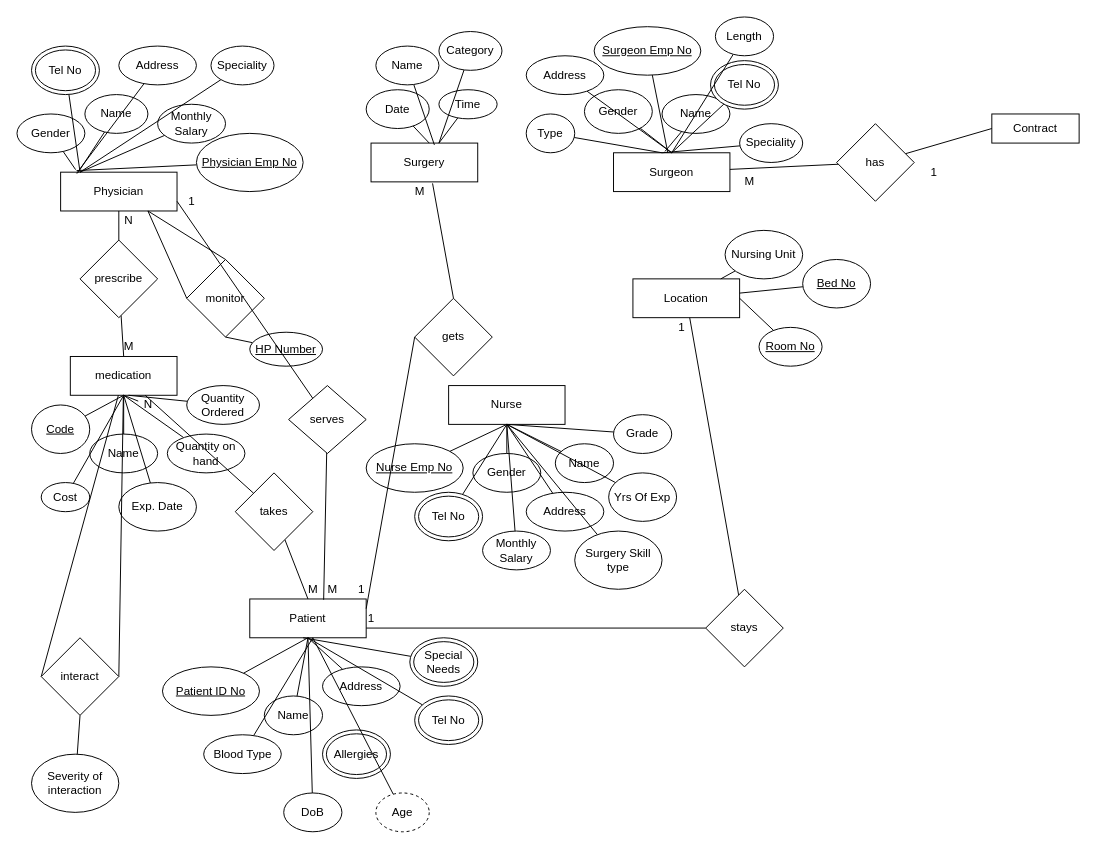
ImaDeSara/ImaDeSara keeps this draw.io diagram as Practice Test ER Diagram.drawio. Above is the earlier version. Source tidied: cells renumbered, new cells numbered last; positions are measured from the earlier drawing's top-left corner, leaving out a move shared by most shapes. Both pictures are drawn from the tidied source at 97%, with x=0, y=0 at pixel (16, 16).
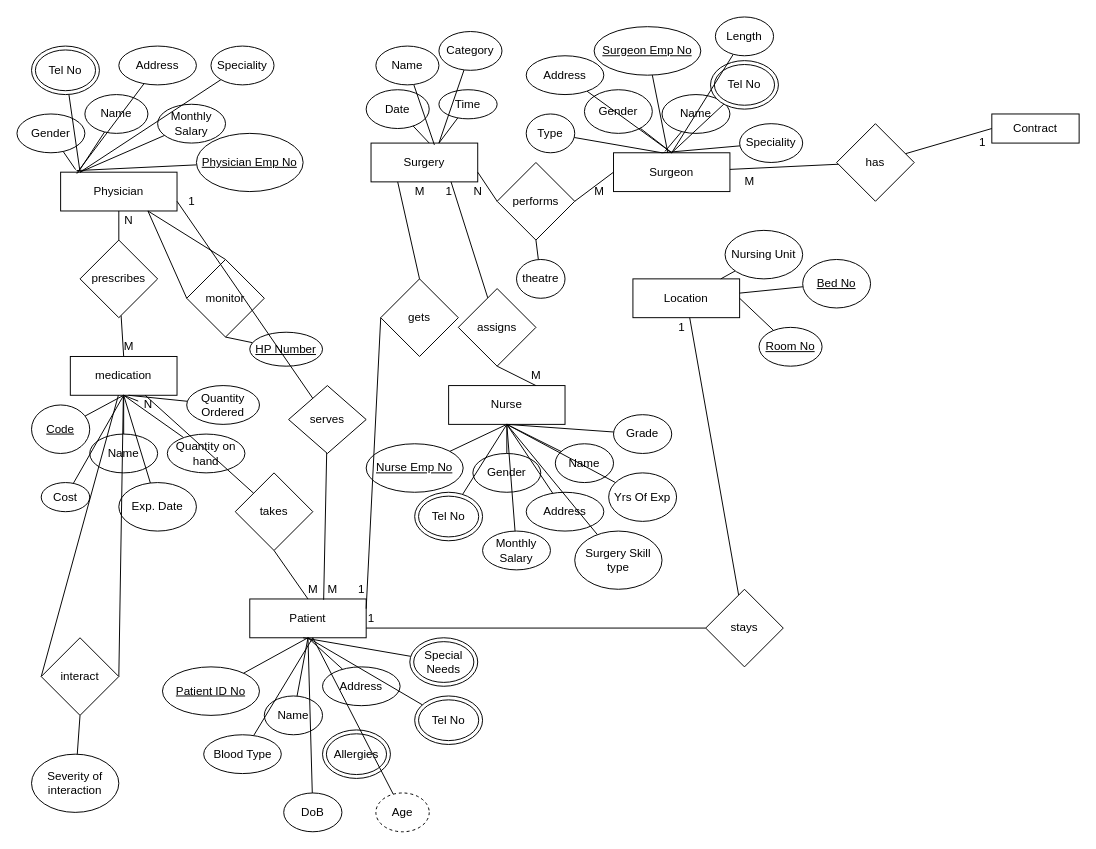
The same page after the edit.

Unchanged cells that the change refers to:
```xml
<mxCell id="2" value="Surgeon" style="rounded=0;whiteSpace=wrap;html=1;" parent="1" vertex="1">
  <mxGeometry x="615" y="140" width="120" height="40" as="geometry" />
</mxCell>
<mxCell id="4" value="Nurse" style="rounded=0;whiteSpace=wrap;html=1;" parent="1" vertex="1">
  <mxGeometry x="445" y="380" width="120" height="40" as="geometry" />
</mxCell>
<mxCell id="6" value="Patient" style="rounded=0;whiteSpace=wrap;html=1;" parent="1" vertex="1">
  <mxGeometry x="240" y="600" width="120" height="40" as="geometry" />
</mxCell>
<mxCell id="8" value="Surgery" style="rounded=0;whiteSpace=wrap;html=1;" parent="1" vertex="1">
  <mxGeometry x="365" y="130" width="110" height="40" as="geometry" />
</mxCell>
<mxCell id="116" value="takes" style="rhombus;whiteSpace=wrap;html=1;" parent="1" vertex="1">
  <mxGeometry x="225" y="470" width="80" height="80" as="geometry" />
</mxCell>
<mxCell id="128" value="M" style="text;html=1;align=center;verticalAlign=middle;points=[];strokeColor=none;fillColor=none;" parent="1" vertex="1">
  <mxGeometry x="400" y="170" width="30" height="20" as="geometry" />
</mxCell>
```

The edit, as a diff of the source:
```diff
@@
     <mxCell id="108" value="1" style="text;html=1;align=center;verticalAlign=middle;strokeColor=none;fillColor=none;" parent="1" vertex="1">
-      <mxGeometry x="935" y="150" width="20" height="20" as="geometry" />
+      <mxGeometry x="985" y="120" width="20" height="20" as="geometry" />
     </mxCell>
@@
-    <mxCell id="111" value="prescribe" style="rhombus;whiteSpace=wrap;html=1;" parent="1" vertex="1">
+    <mxCell id="111" value="prescribes" style="rhombus;whiteSpace=wrap;html=1;" parent="1" vertex="1">
       <mxGeometry x="65" y="230" width="80" height="80" as="geometry" />
     </mxCell>
@@
-    <mxCell id="115" style="edgeStyle=none;rounded=0;jettySize=auto;html=1;entryX=0.5;entryY=0;entryDx=0;entryDy=0;endArrow=none;endFill=0;" parent="1" edge="1" source="116" target="6">
+    <mxCell id="115" style="edgeStyle=none;rounded=0;jettySize=auto;html=1;entryX=0.5;entryY=0;entryDx=0;entryDy=0;endArrow=none;endFill=0;exitX=0.5;exitY=1;exitDx=0;exitDy=0;" parent="1" edge="1" source="116" target="6">
       <mxGeometry relative="1" as="geometry" />
     </mxCell>
@@
-    <mxCell id="125" style="edgeStyle=none;rounded=0;jettySize=auto;html=1;endArrow=none;endFill=0;exitX=0.5;exitY=0;exitDx=0;exitDy=0;entryX=0.948;entryY=0.078;entryDx=0;entryDy=0;entryPerimeter=0;" parent="1" edge="1" source="127" target="128">
+    <mxCell id="125" style="edgeStyle=none;rounded=0;jettySize=auto;html=1;endArrow=none;endFill=0;exitX=0.5;exitY=0;exitDx=0;exitDy=0;entryX=0.25;entryY=1;entryDx=0;entryDy=0;" parent="1" edge="1" source="127" target="8">
       <mxGeometry relative="1" as="geometry" />
     </mxCell>
@@
     <mxCell id="127" value="gets" style="rhombus;whiteSpace=wrap;html=1;" parent="1" vertex="1">
-      <mxGeometry x="410" y="290" width="80" height="80" as="geometry" />
+      <mxGeometry x="375" y="270" width="80" height="80" as="geometry" />
     </mxCell>
@@
+    <mxCell id="142" style="edgeStyle=none;rounded=0;jettySize=auto;html=1;entryX=0;entryY=0.5;entryDx=0;entryDy=0;endArrow=none;endFill=0;exitX=1;exitY=0.5;exitDx=0;exitDy=0;" parent="1" edge="1" source="144" target="2">
+      <mxGeometry relative="1" as="geometry" />
+    </mxCell>
+    <mxCell id="143" style="edgeStyle=none;rounded=0;jettySize=auto;html=1;entryX=1;entryY=0.75;entryDx=0;entryDy=0;endArrow=none;endFill=0;exitX=0;exitY=0.5;exitDx=0;exitDy=0;" parent="1" edge="1" source="144" target="8">
+      <mxGeometry relative="1" as="geometry" />
+    </mxCell>
+    <mxCell id="144" value="performs" style="rhombus;whiteSpace=wrap;html=1;" parent="1" vertex="1">
+      <mxGeometry x="495" y="150" width="80" height="80" as="geometry" />
+    </mxCell>
+    <mxCell id="145" value="M" style="text;html=1;align=center;verticalAlign=middle;strokeColor=none;fillColor=none;" parent="1" vertex="1">
+      <mxGeometry x="585" y="170" width="30" height="20" as="geometry" />
+    </mxCell>
+    <mxCell id="146" value="N" style="text;html=1;align=center;verticalAlign=middle;strokeColor=none;fillColor=none;" parent="1" vertex="1">
+      <mxGeometry x="465" y="170" width="20" height="20" as="geometry" />
+    </mxCell>
+    <mxCell id="147" style="edgeStyle=none;rounded=0;jettySize=auto;html=1;entryX=0.5;entryY=1;entryDx=0;entryDy=0;endArrow=none;endFill=0;" parent="1" edge="1" source="148" target="144">
+      <mxGeometry relative="1" as="geometry" />
+    </mxCell>
+    <mxCell id="148" value="theatre" style="ellipse;whiteSpace=wrap;html=1;" parent="1" vertex="1">
+      <mxGeometry x="515" y="250" width="50" height="40" as="geometry" />
+    </mxCell>
+    <mxCell id="149" style="edgeStyle=none;rounded=0;jettySize=auto;html=1;entryX=0.75;entryY=1;entryDx=0;entryDy=0;endArrow=none;endFill=0;" parent="1" edge="1" source="151" target="8">
+      <mxGeometry relative="1" as="geometry" />
+    </mxCell>
+    <mxCell id="150" style="edgeStyle=none;rounded=0;jettySize=auto;html=1;entryX=0.75;entryY=0;entryDx=0;entryDy=0;endArrow=none;endFill=0;exitX=0.5;exitY=1;exitDx=0;exitDy=0;" parent="1" edge="1" source="151" target="4">
+      <mxGeometry relative="1" as="geometry" />
+    </mxCell>
+    <mxCell id="151" value="assigns" style="rhombus;whiteSpace=wrap;html=1;" parent="1" vertex="1">
+      <mxGeometry x="455" y="280" width="80" height="80" as="geometry" />
+    </mxCell>
+    <mxCell id="152" value="M" style="text;html=1;align=center;verticalAlign=middle;strokeColor=none;fillColor=none;" parent="1" vertex="1">
+      <mxGeometry x="520" y="360" width="30" height="20" as="geometry" />
+    </mxCell>
+    <mxCell id="153" value="1" style="text;html=1;align=center;verticalAlign=middle;strokeColor=none;fillColor=none;" parent="1" vertex="1">
+      <mxGeometry x="435" y="170" width="20" height="20" as="geometry" />
+    </mxCell>
```
